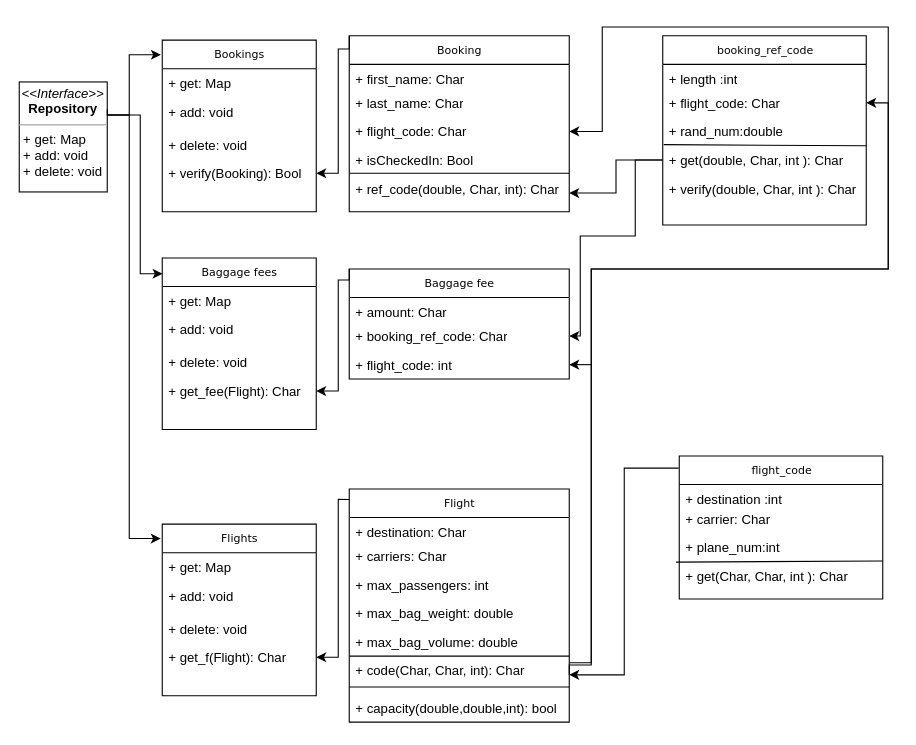
Before: UML Diagram.drawio in oscaroguledo/Java-intro, a draw.io diagram. Source tidied: cells renumbered, new cells numbered last; positions are measured from the earlier drawing's top-left corner, leaving out a move shared by most shapes. Both pictures are drawn from the tidied source at 110%, with x=0, y=0 at pixel (19, 26).
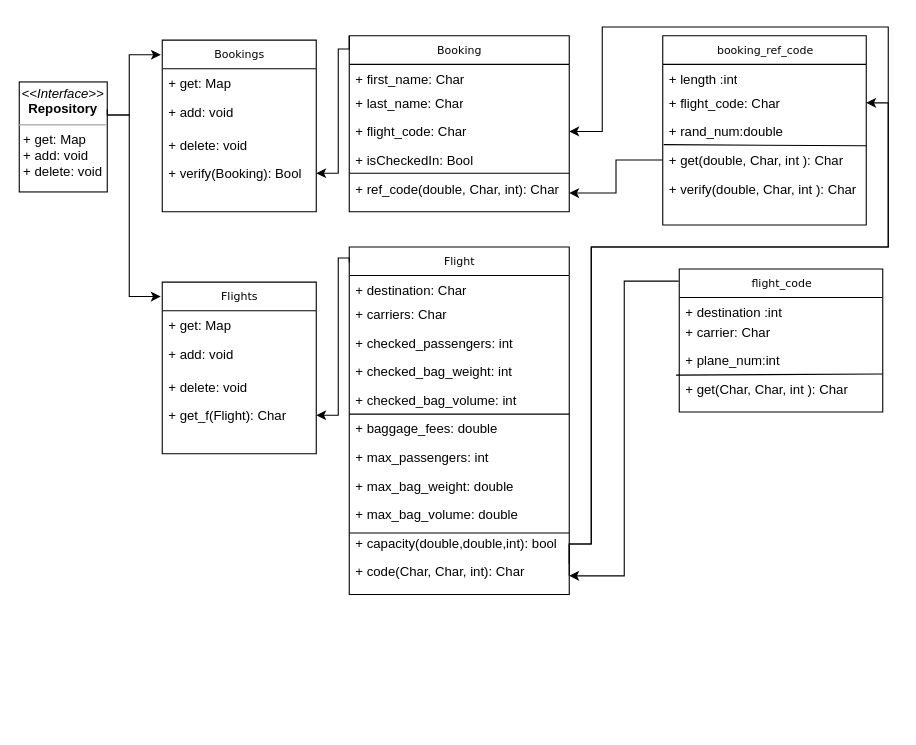
The same page after the edit.

The change refers to these unchanged cells:
```xml
<mxCell id="9" value="&lt;p style=&quot;margin:0px;margin-top:4px;text-align:center;&quot;&gt;&lt;i&gt;&amp;lt;&amp;lt;Interface&amp;gt;&amp;gt;&lt;/i&gt;&lt;br&gt;&lt;b&gt;Repository&lt;br&gt;&lt;/b&gt;&lt;/p&gt;&lt;hr size=&quot;1&quot;&gt;&lt;p style=&quot;margin:0px;margin-left:4px;&quot;&gt;+ get: Map&amp;nbsp;&lt;br&gt;+ add: void&lt;/p&gt;&lt;p style=&quot;margin:0px;margin-left:4px;&quot;&gt;+ delete: void&amp;nbsp;&lt;/p&gt;" style="verticalAlign=top;align=left;overflow=fill;fontSize=12;fontFamily=Helvetica;html=1;rounded=0;shadow=0;comic=0;labelBackgroundColor=none;strokeWidth=1;" parent="1" vertex="1">
  <mxGeometry y="50" width="80" height="100" as="geometry" />
</mxCell>
<mxCell id="14" value="+ flight_code: Char&amp;nbsp;" style="text;html=1;strokeColor=none;fillColor=none;align=left;verticalAlign=top;spacingLeft=4;spacingRight=4;whiteSpace=wrap;overflow=hidden;points=[[0,0.5],[1,0.5]];portConstraint=eastwest;" parent="11" vertex="1">
  <mxGeometry y="74" width="200" height="26" as="geometry" />
</mxCell>
<mxCell id="20" value="+ flight_code: Char&amp;nbsp;" style="text;html=1;strokeColor=none;fillColor=none;align=left;verticalAlign=top;spacingLeft=4;spacingRight=4;whiteSpace=wrap;overflow=hidden;points=[[0,0.5],[1,0.5]];portConstraint=eastwest;" parent="18" vertex="1">
  <mxGeometry y="48" width="185" height="26" as="geometry" />
</mxCell>
<mxCell id="23" value="+ get(double, Char, int ): Char&amp;nbsp;" style="text;html=1;strokeColor=none;fillColor=none;align=left;verticalAlign=top;spacingLeft=4;spacingRight=4;whiteSpace=wrap;overflow=hidden;points=[[0,0.5],[1,0.5]];portConstraint=eastwest;" parent="18" vertex="1">
  <mxGeometry y="100" width="185" height="26" as="geometry" />
</mxCell>
<mxCell id="30" value="+ get_f(Flight): Char&amp;nbsp;" style="text;html=1;strokeColor=none;fillColor=none;align=left;verticalAlign=top;spacingLeft=4;spacingRight=4;whiteSpace=wrap;overflow=hidden;points=[[0,0.5],[1,0.5]];portConstraint=eastwest;" parent="26" vertex="1">
  <mxGeometry y="108" width="140" height="26" as="geometry" />
</mxCell>
```

The edit, as a diff of the source:
```diff
@@
     <mxCell id="26" value="Flights" style="swimlane;html=1;fontStyle=0;horizontal=1;startSize=26;fillColor=none;swimlaneFillColor=#ffffff;rounded=0;shadow=0;comic=0;labelBackgroundColor=none;strokeWidth=1;fontFamily=Verdana;fontSize=10;align=center;" parent="1" vertex="1">
-      <mxGeometry x="130" y="452" width="140" height="156" as="geometry" />
+      <mxGeometry x="130" y="232" width="140" height="156" as="geometry" />
     </mxCell>
@@
     <mxCell id="31" style="edgeStyle=orthogonalEdgeStyle;rounded=0;jettySize=auto;html=1;exitX=0;exitY=0.045;exitDx=0;exitDy=0;entryX=1;entryY=0.5;entryDx=0;entryDy=0;exitPerimeter=0;" parent="1" edge="1" source="32" target="30">
       <mxGeometry relative="1" as="geometry">
         <Array as="points">
-          <mxPoint x="290" y="430" />
-          <mxPoint x="290" y="573" />
+          <mxPoint x="290" y="210" />
+          <mxPoint x="290" y="353" />
         </Array>
       </mxGeometry>
     </mxCell>
     <mxCell id="32" value="Flight" style="swimlane;html=1;fontStyle=0;horizontal=1;startSize=26;fillColor=none;swimlaneFillColor=#ffffff;rounded=0;shadow=0;comic=0;labelBackgroundColor=none;strokeWidth=1;fontFamily=Verdana;fontSize=10;align=center;" parent="1" vertex="1">
-      <mxGeometry x="300" y="420" width="200" height="212" as="geometry" />
+      <mxGeometry x="300" y="200" width="200" height="316" as="geometry" />
     </mxCell>
@@
+    <mxCell id="65" value="+ checked_passengers&lt;span style=&quot;background-color: initial;&quot;&gt;: int&amp;nbsp;&lt;/span&gt;" style="text;html=1;strokeColor=none;fillColor=none;align=left;verticalAlign=top;spacingLeft=4;spacingRight=4;whiteSpace=wrap;overflow=hidden;" parent="32" vertex="1">
+      <mxGeometry y="74" width="200" height="26" as="geometry" />
+    </mxCell>
+    <mxCell id="66" value="+ checked_bag_weight&lt;span style=&quot;background-color: initial;&quot;&gt;: int&amp;nbsp;&lt;/span&gt;" style="text;html=1;strokeColor=none;fillColor=none;align=left;verticalAlign=top;spacingLeft=4;spacingRight=4;whiteSpace=wrap;overflow=hidden;" parent="32" vertex="1">
+      <mxGeometry y="100" width="200" height="26" as="geometry" />
+    </mxCell>
+    <mxCell id="67" value="+ checked_bag_volume&lt;span style=&quot;background-color: initial;&quot;&gt;: int&amp;nbsp;&lt;/span&gt;" style="text;html=1;strokeColor=none;fillColor=none;align=left;verticalAlign=top;spacingLeft=4;spacingRight=4;whiteSpace=wrap;overflow=hidden;" parent="32" vertex="1">
+      <mxGeometry y="126" width="200" height="26" as="geometry" />
+    </mxCell>
+    <mxCell id="68" value="+ baggage_fees&lt;span style=&quot;background-color: initial;&quot;&gt;: double&amp;nbsp;&lt;/span&gt;" style="text;html=1;strokeColor=none;fillColor=none;align=left;verticalAlign=top;spacingLeft=4;spacingRight=4;whiteSpace=wrap;overflow=hidden;" parent="32" vertex="1">
+      <mxGeometry y="152" width="200" height="26" as="geometry" />
+    </mxCell>
     <mxCell id="35" value="+&amp;nbsp;max_passengers&lt;span style=&quot;background-color: initial;&quot;&gt;: int&amp;nbsp;&lt;/span&gt;" style="text;html=1;strokeColor=none;fillColor=none;align=left;verticalAlign=top;spacingLeft=4;spacingRight=4;whiteSpace=wrap;overflow=hidden;" parent="32" vertex="1">
-      <mxGeometry y="74" width="200" height="26" as="geometry" />
+      <mxGeometry y="178" width="200" height="26" as="geometry" />
     </mxCell>
     <mxCell id="36" value="+&amp;nbsp;max_bag_weight&lt;span style=&quot;background-color: initial;&quot;&gt;: double&amp;nbsp;&lt;/span&gt;" style="text;html=1;strokeColor=none;fillColor=none;align=left;verticalAlign=top;spacingLeft=4;spacingRight=4;whiteSpace=wrap;overflow=hidden;" parent="32" vertex="1">
-      <mxGeometry y="100" width="200" height="26" as="geometry" />
+      <mxGeometry y="204" width="200" height="26" as="geometry" />
     </mxCell>
     <mxCell id="37" value="+&amp;nbsp;max_bag_volume&lt;span style=&quot;background-color: initial;&quot;&gt;: double&amp;nbsp;&lt;/span&gt;" style="text;html=1;strokeColor=none;fillColor=none;align=left;verticalAlign=top;spacingLeft=4;spacingRight=4;whiteSpace=wrap;overflow=hidden;" parent="32" vertex="1">
-      <mxGeometry y="126" width="200" height="26" as="geometry" />
+      <mxGeometry y="230" width="200" height="26" as="geometry" />
     </mxCell>
-    <mxCell id="38" value="+ code(Char, Char, int): Char&amp;nbsp;" style="text;html=1;strokeColor=none;fillColor=none;align=left;verticalAlign=top;spacingLeft=4;spacingRight=4;whiteSpace=wrap;overflow=hidden;points=[[0,0.5],[1,0.5]];portConstraint=eastwest;" parent="32" vertex="1">
-      <mxGeometry y="152" width="200" height="34" as="geometry" />
-    </mxCell>
     <mxCell id="39" style="endArrow=none;html=1;rounded=0;" parent="32" edge="1">
       <mxGeometry relative="1" as="geometry">
-        <mxPoint y="180" as="sourcePoint" />
-        <mxPoint x="200" y="180" as="targetPoint" />
+        <mxPoint y="260" as="sourcePoint" />
+        <mxPoint x="200" y="260" as="targetPoint" />
       </mxGeometry>
     </mxCell>
     <mxCell id="40" value="+ capacity(double,double,int)&lt;span style=&quot;background-color: initial;&quot;&gt;: bool&amp;nbsp;&lt;/span&gt;" style="text;html=1;strokeColor=none;fillColor=none;align=left;verticalAlign=top;spacingLeft=4;spacingRight=4;whiteSpace=wrap;overflow=hidden;" parent="32" vertex="1">
-      <mxGeometry y="186" width="200" height="26" as="geometry" />
+      <mxGeometry y="256" width="200" height="26" as="geometry" />
     </mxCell>
@@
+    <mxCell id="38" value="+ code(Char, Char, int): Char&amp;nbsp;" style="text;html=1;strokeColor=none;fillColor=none;align=left;verticalAlign=top;spacingLeft=4;spacingRight=4;whiteSpace=wrap;overflow=hidden;points=[[0,0.5],[1,0.5]];portConstraint=eastwest;" parent="32" vertex="1">
+      <mxGeometry y="282" width="200" height="34" as="geometry" />
+    </mxCell>
     <mxCell id="42" style="edgeStyle=orthogonalEdgeStyle;rounded=0;jettySize=auto;html=1;exitX=1;exitY=0.25;exitDx=0;exitDy=0;entryX=-0.01;entryY=0.084;entryDx=0;entryDy=0;entryPerimeter=0;" parent="1" edge="1" source="9" target="26">
       <mxGeometry relative="1" as="geometry">
         <Array as="points">
           <mxPoint x="80" y="80" />
           <mxPoint x="100" y="80" />
-          <mxPoint x="100" y="465" />
+          <mxPoint x="100" y="245" />
         </Array>
       </mxGeometry>
     </mxCell>
     <mxCell id="43" style="edgeStyle=orthogonalEdgeStyle;rounded=0;jettySize=auto;html=1;entryX=1;entryY=0.5;entryDx=0;entryDy=0;exitX=1;exitY=0.176;exitDx=0;exitDy=0;exitPerimeter=0;" parent="1" edge="1" source="38" target="20">
       <mxGeometry relative="1" as="geometry">
         <Array as="points">
-          <mxPoint x="520" y="578" />
-          <mxPoint x="520" y="220" />
-          <mxPoint x="790" y="220" />
+          <mxPoint x="500" y="470" />
+          <mxPoint x="520" y="470" />
+          <mxPoint x="520" y="200" />
+          <mxPoint x="790" y="200" />
           <mxPoint x="790" y="69" />
         </Array>
       </mxGeometry>
     </mxCell>
     <mxCell id="44" value="flight_code" style="swimlane;html=1;fontStyle=0;horizontal=1;startSize=26;fillColor=none;swimlaneFillColor=#ffffff;rounded=0;shadow=0;comic=0;labelBackgroundColor=none;strokeWidth=1;fontFamily=Verdana;fontSize=10;align=center;" parent="1" vertex="1">
-      <mxGeometry x="600" y="390" width="185" height="130" as="geometry" />
+      <mxGeometry x="600" y="220" width="185" height="130" as="geometry" />
     </mxCell>
@@
     <mxCell id="51" style="edgeStyle=orthogonalEdgeStyle;rounded=0;jettySize=auto;html=1;exitX=1;exitY=0.5;exitDx=0;exitDy=0;entryX=1;entryY=0.5;entryDx=0;entryDy=0;" parent="1" edge="1" source="38" target="14">
       <mxGeometry relative="1" as="geometry">
         <Array as="points">
-          <mxPoint x="500" y="580" />
-          <mxPoint x="520" y="580" />
-          <mxPoint x="520" y="220" />
-          <mxPoint x="790" y="220" />
+          <mxPoint x="500" y="470" />
+          <mxPoint x="520" y="470" />
+          <mxPoint x="520" y="200" />
+          <mxPoint x="790" y="200" />
           <mxPoint x="790" />
           <mxPoint x="530" />
           <mxPoint x="530" y="95" />
         </Array>
       </mxGeometry>
     </mxCell>
-    <mxCell id="52" value="Baggage fees" style="swimlane;html=1;fontStyle=0;horizontal=1;startSize=26;fillColor=none;swimlaneFillColor=#ffffff;rounded=0;shadow=0;comic=0;labelBackgroundColor=none;strokeWidth=1;fontFamily=Verdana;fontSize=10;align=center;" parent="1" vertex="1">
-      <mxGeometry x="130" y="210" width="140" height="156" as="geometry" />
-    </mxCell>
-    <mxCell id="53" value="+ get: Map" style="text;html=1;strokeColor=none;fillColor=none;align=left;verticalAlign=top;spacingLeft=4;spacingRight=4;whiteSpace=wrap;overflow=hidden;" parent="52" vertex="1">
-      <mxGeometry y="26" width="140" height="26" as="geometry" />
-    </mxCell>
-    <mxCell id="54" value="+ add: void&amp;nbsp;" style="text;html=1;strokeColor=none;fillColor=none;align=left;verticalAlign=top;spacingLeft=4;spacingRight=4;whiteSpace=wrap;overflow=hidden;" parent="52" vertex="1">
-      <mxGeometry y="52" width="140" height="30" as="geometry" />
-    </mxCell>
-    <mxCell id="55" value="+ delete: void&amp;nbsp;" style="text;html=1;strokeColor=none;fillColor=none;align=left;verticalAlign=top;spacingLeft=4;spacingRight=4;whiteSpace=wrap;overflow=hidden;" parent="52" vertex="1">
-      <mxGeometry y="82" width="140" height="26" as="geometry" />
-    </mxCell>
-    <mxCell id="56" value="+ get_fee(Flight): Char&amp;nbsp;" style="text;html=1;strokeColor=none;fillColor=none;align=left;verticalAlign=top;spacingLeft=4;spacingRight=4;whiteSpace=wrap;overflow=hidden;points=[[0,0.5],[1,0.5]];portConstraint=eastwest;" parent="52" vertex="1">
-      <mxGeometry y="108" width="140" height="26" as="geometry" />
-    </mxCell>
-    <mxCell id="57" style="edgeStyle=orthogonalEdgeStyle;rounded=0;jettySize=auto;html=1;exitX=0;exitY=0;exitDx=0;exitDy=0;entryX=1;entryY=0.5;entryDx=0;entryDy=0;" parent="1" edge="1" source="58" target="56">
-      <mxGeometry relative="1" as="geometry">
-        <Array as="points">
-          <mxPoint x="300" y="230" />
-          <mxPoint x="290" y="230" />
-          <mxPoint x="290" y="331" />
-        </Array>
-      </mxGeometry>
-    </mxCell>
-    <mxCell id="58" value="Baggage fee" style="swimlane;html=1;fontStyle=0;horizontal=1;startSize=26;fillColor=none;swimlaneFillColor=#ffffff;rounded=0;shadow=0;comic=0;labelBackgroundColor=none;strokeWidth=1;fontFamily=Verdana;fontSize=10;align=center;" parent="1" vertex="1">
-      <mxGeometry x="300" y="220" width="200" height="100" as="geometry" />
-    </mxCell>
-    <mxCell id="59" value="+ amount&lt;span style=&quot;background-color: initial;&quot;&gt;: Char&lt;/span&gt;" style="text;html=1;strokeColor=none;fillColor=none;align=left;verticalAlign=top;spacingLeft=4;spacingRight=4;whiteSpace=wrap;overflow=hidden;" parent="58" vertex="1">
-      <mxGeometry y="26" width="200" height="22" as="geometry" />
-    </mxCell>
-    <mxCell id="60" value="+ booking_ref_code: Char" style="text;html=1;strokeColor=none;fillColor=none;align=left;verticalAlign=top;spacingLeft=4;spacingRight=4;whiteSpace=wrap;overflow=hidden;points=[[0,0.5],[1,0.5]];portConstraint=eastwest;" parent="58" vertex="1">
-      <mxGeometry y="48" width="200" height="26" as="geometry" />
-    </mxCell>
-    <mxCell id="61" value="+&amp;nbsp;flight_code&lt;span style=&quot;background-color: initial;&quot;&gt;: int&amp;nbsp;&lt;/span&gt;" style="text;html=1;strokeColor=none;fillColor=none;align=left;verticalAlign=top;spacingLeft=4;spacingRight=4;whiteSpace=wrap;overflow=hidden;points=[[0,0.5],[1,0.5]];portConstraint=eastwest;" parent="58" vertex="1">
-      <mxGeometry y="74" width="200" height="26" as="geometry" />
-    </mxCell>
-    <mxCell id="62" style="endArrow=classic;html=1;rounded=0;entryX=1;entryY=0.5;entryDx=0;entryDy=0;" parent="1" edge="1" target="61">
-      <mxGeometry relative="1" as="geometry">
-        <mxPoint x="520" y="307" as="sourcePoint" />
-      </mxGeometry>
-    </mxCell>
-    <mxCell id="63" style="edgeStyle=orthogonalEdgeStyle;rounded=0;jettySize=auto;html=1;exitX=0;exitY=0.5;exitDx=0;exitDy=0;entryX=1;entryY=0.5;entryDx=0;entryDy=0;" parent="1" edge="1" source="23" target="60">
-      <mxGeometry relative="1" as="geometry">
-        <Array as="points">
-          <mxPoint x="560" y="121" />
-          <mxPoint x="560" y="190" />
-          <mxPoint x="510" y="190" />
-          <mxPoint x="510" y="281" />
-        </Array>
-      </mxGeometry>
-    </mxCell>
-    <mxCell id="64" style="edgeStyle=orthogonalEdgeStyle;rounded=0;jettySize=auto;html=1;entryX=0.002;entryY=0.092;entryDx=0;entryDy=0;entryPerimeter=0;" parent="1" edge="1" target="52">
-      <mxGeometry relative="1" as="geometry">
-        <mxPoint x="80" y="80" as="sourcePoint" />
-        <Array as="points">
-          <mxPoint x="90" y="80" />
-          <mxPoint x="110" y="80" />
-          <mxPoint x="110" y="224" />
-        </Array>
-      </mxGeometry>
-    </mxCell>
```
